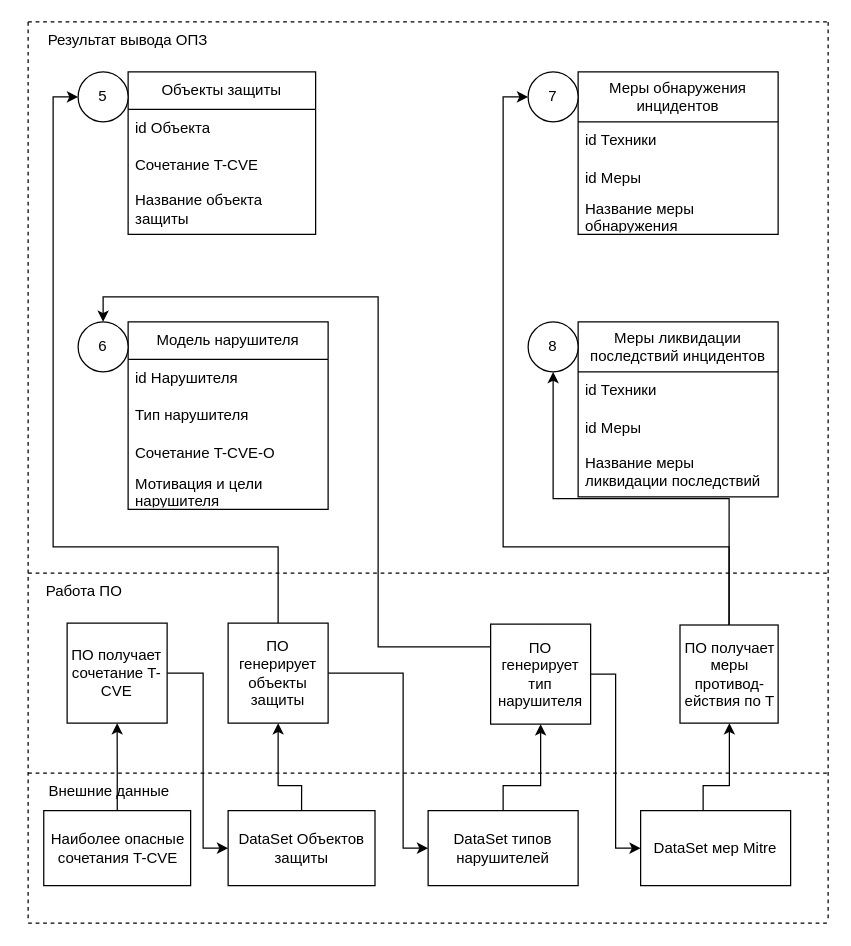
Before: New_Shema_OPZ/(Обновленная схема ОПЗ) Частная политика.drawio in SmirnovBogdan8/Diplom, a draw.io diagram. Source tidied: cells renumbered, new cells numbered last; positions are measured from the earlier drawing's top-left corner, leaving out a move shared by most shapes. Both pictures are drawn from the tidied source at 125%, with x=0, y=0 at pixel (28, 21).
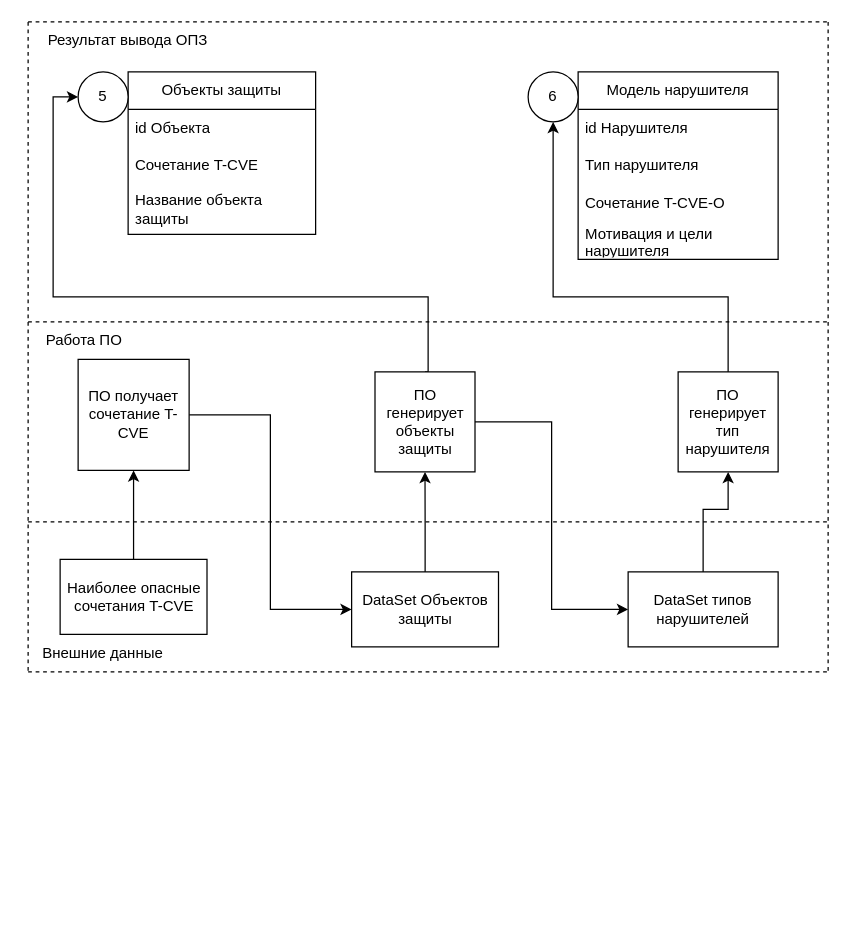
The same diagram, later.

The change refers to these unchanged cells:
```xml
<mxCell id="25" value="5" style="ellipse;whiteSpace=wrap;html=1;" parent="1" vertex="1">
  <mxGeometry x="40" y="40" width="40" height="40" as="geometry" />
</mxCell>
```

What changed in the source:
```diff
@@
     <mxCell id="6" value="Модель нарушителя" style="swimlane;fontStyle=0;horizontal=1;startSize=30;whiteSpace=wrap;html=1;" parent="1" vertex="1">
-      <mxGeometry x="80" y="240" width="160" height="150" as="geometry" />
+      <mxGeometry x="440" y="40" width="160" height="150" as="geometry" />
     </mxCell>
@@
-    <mxCell id="11" value="Меры обнаружения инцидентов" style="swimlane;fontStyle=0;horizontal=1;startSize=40;whiteSpace=wrap;html=1;" parent="1" vertex="1">
-      <mxGeometry x="440" y="40" width="160" height="130" as="geometry" />
-    </mxCell>
-    <mxCell id="12" value="id Техники" style="text;strokeColor=none;fillColor=none;align=left;verticalAlign=middle;spacingLeft=4;spacingRight=4;overflow=hidden;whiteSpace=wrap;html=1;" parent="11" vertex="1">
-      <mxGeometry y="40" width="160" height="30" as="geometry" />
-    </mxCell>
-    <mxCell id="13" value="id Меры" style="text;strokeColor=none;fillColor=none;align=left;verticalAlign=middle;spacingLeft=4;spacingRight=4;overflow=hidden;whiteSpace=wrap;html=1;" parent="11" vertex="1">
-      <mxGeometry y="70" width="160" height="30" as="geometry" />
-    </mxCell>
-    <mxCell id="14" value="Название меры обнаружения" style="text;strokeColor=none;fillColor=none;align=left;verticalAlign=middle;spacingLeft=4;spacingRight=4;overflow=hidden;whiteSpace=wrap;html=1;" parent="11" vertex="1">
-      <mxGeometry y="100" width="160" height="30" as="geometry" />
-    </mxCell>
@@
     <mxCell id="16" style="endArrow=none;dashed=1;html=1;rounded=0;" parent="1" edge="1">
       <mxGeometry relative="1" as="geometry">
         <mxPoint as="sourcePoint" />
-        <mxPoint y="720" as="targetPoint" />
+        <mxPoint y="520" as="targetPoint" />
       </mxGeometry>
     </mxCell>
     <mxCell id="17" style="endArrow=none;dashed=1;html=1;rounded=0;" parent="1" edge="1">
       <mxGeometry relative="1" as="geometry">
-        <mxPoint y="721" as="sourcePoint" />
-        <mxPoint x="640" y="721" as="targetPoint" />
+        <mxPoint y="520" as="sourcePoint" />
+        <mxPoint x="640" y="520" as="targetPoint" />
       </mxGeometry>
     </mxCell>
-    <mxCell id="18" style="edgeStyle=orthogonalEdgeStyle;rounded=0;jettySize=auto;html=1;exitX=0.5;exitY=0;exitDx=0;exitDy=0;entryX=0.5;entryY=1;entryDx=0;entryDy=0;" parent="1" edge="1" source="20" target="50">
-      <mxGeometry relative="1" as="geometry" />
-    </mxCell>
-    <mxCell id="19" style="edgeStyle=orthogonalEdgeStyle;rounded=0;jettySize=auto;html=1;exitX=0.5;exitY=0;exitDx=0;exitDy=0;entryX=0;entryY=0.5;entryDx=0;entryDy=0;" parent="1" edge="1" source="20" target="26">
-      <mxGeometry relative="1" as="geometry">
-        <Array as="points">
-          <mxPoint x="561" y="420" />
-          <mxPoint x="380" y="420" />
-          <mxPoint x="380" y="60" />
-        </Array>
-      </mxGeometry>
-    </mxCell>
-    <mxCell id="20" value="ПО получает меры противод-ействия по T" style="whiteSpace=wrap;html=1;" parent="1" vertex="1">
-      <mxGeometry x="521.5" y="482.5" width="78.5" height="78.5" as="geometry" />
-    </mxCell>
-    <mxCell id="21" style="edgeStyle=orthogonalEdgeStyle;rounded=0;jettySize=auto;html=1;exitX=0.5;exitY=0;exitDx=0;exitDy=0;entryX=0.5;entryY=0;entryDx=0;entryDy=0;" parent="1" edge="1" source="23" target="27">
+    <mxCell id="21" style="edgeStyle=orthogonalEdgeStyle;rounded=0;jettySize=auto;html=1;exitX=0.5;exitY=0;exitDx=0;exitDy=0;" parent="1" edge="1" source="23" target="27">
       <mxGeometry relative="1" as="geometry">
         <Array as="points">
-          <mxPoint x="410" y="500" />
-          <mxPoint x="280" y="500" />
-          <mxPoint x="280" y="220" />
-          <mxPoint x="60" y="220" />
+          <mxPoint x="560" y="220" />
+          <mxPoint x="420" y="220" />
         </Array>
       </mxGeometry>
     </mxCell>
-    <mxCell id="22" style="edgeStyle=orthogonalEdgeStyle;rounded=0;jettySize=auto;html=1;exitX=1;exitY=0.5;exitDx=0;exitDy=0;entryX=0;entryY=0.5;entryDx=0;entryDy=0;" parent="1" edge="1" source="23" target="35">
-      <mxGeometry relative="1" as="geometry">
-        <Array as="points">
-          <mxPoint x="470" y="522" />
-          <mxPoint x="470" y="661" />
-        </Array>
-      </mxGeometry>
-    </mxCell>
     <mxCell id="23" value="ПО генерирует тип нарушителя" style="whiteSpace=wrap;html=1;" parent="1" vertex="1">
-      <mxGeometry x="370" y="481.8" width="80" height="80" as="geometry" />
+      <mxGeometry x="520" y="280" width="80" height="80" as="geometry" />
     </mxCell>
     <mxCell id="24" style="endArrow=none;dashed=1;html=1;rounded=0;" parent="1" edge="1">
       <mxGeometry relative="1" as="geometry">
         <mxPoint x="640" as="sourcePoint" />
-        <mxPoint x="640" y="720" as="targetPoint" />
+        <mxPoint x="640" y="520" as="targetPoint" />
       </mxGeometry>
     </mxCell>
@@
-    <mxCell id="26" value="7" style="ellipse;whiteSpace=wrap;html=1;" parent="1" vertex="1">
-      <mxGeometry x="400" y="40" width="40" height="40" as="geometry" />
-    </mxCell>
     <mxCell id="27" value="6" style="ellipse;whiteSpace=wrap;html=1;" parent="1" vertex="1">
-      <mxGeometry x="40" y="240" width="40" height="40" as="geometry" />
+      <mxGeometry x="400" y="40" width="40" height="40" as="geometry" />
     </mxCell>
     <mxCell id="28" style="endArrow=none;dashed=1;html=1;rounded=0;" parent="1" edge="1">
       <mxGeometry relative="1" as="geometry">
-        <mxPoint y="441" as="sourcePoint" />
-        <mxPoint x="640" y="441" as="targetPoint" />
+        <mxPoint y="240" as="sourcePoint" />
+        <mxPoint x="640" y="240" as="targetPoint" />
       </mxGeometry>
     </mxCell>
     <mxCell id="29" style="endArrow=none;dashed=1;html=1;rounded=0;" parent="1" edge="1">
       <mxGeometry relative="1" as="geometry">
-        <mxPoint y="601" as="sourcePoint" />
-        <mxPoint x="640" y="601" as="targetPoint" />
+        <mxPoint y="400" as="sourcePoint" />
+        <mxPoint x="640" y="400" as="targetPoint" />
       </mxGeometry>
     </mxCell>
-    <mxCell id="30" style="edgeStyle=orthogonalEdgeStyle;rounded=0;jettySize=auto;html=1;exitX=0.5;exitY=0;exitDx=0;exitDy=0;entryX=0.5;entryY=1;entryDx=0;entryDy=0;" parent="1" edge="1" source="31" target="45">
-      <mxGeometry relative="1" as="geometry">
-        <Array as="points">
-          <mxPoint x="219" y="611" />
-          <mxPoint x="200" y="611" />
-        </Array>
-      </mxGeometry>
+    <mxCell id="30" style="edgeStyle=orthogonalEdgeStyle;rounded=0;jettySize=auto;html=1;" parent="1" edge="1" source="31" target="45">
+      <mxGeometry relative="1" as="geometry" />
     </mxCell>
     <mxCell id="31" value="DataSet Объектов защиты" style="rounded=0;whiteSpace=wrap;html=1;" parent="1" vertex="1">
-      <mxGeometry x="160" y="631" width="117.5" height="60" as="geometry" />
+      <mxGeometry x="258.8" y="440" width="117.5" height="60" as="geometry" />
     </mxCell>
-    <mxCell id="32" style="edgeStyle=orthogonalEdgeStyle;rounded=0;jettySize=auto;html=1;exitX=0.5;exitY=0;exitDx=0;exitDy=0;entryX=0.5;entryY=1;entryDx=0;entryDy=0;" parent="1" edge="1" source="33" target="23">
+    <mxCell id="32" style="edgeStyle=orthogonalEdgeStyle;rounded=0;jettySize=auto;html=1;entryX=0.5;entryY=1;entryDx=0;entryDy=0;" parent="1" edge="1" source="33" target="23">
       <mxGeometry relative="1" as="geometry">
         <Array as="points">
-          <mxPoint x="380" y="611" />
-          <mxPoint x="410" y="611" />
+          <mxPoint x="540" y="390" />
+          <mxPoint x="560" y="390" />
         </Array>
       </mxGeometry>
     </mxCell>
     <mxCell id="33" value="DataSet типов нарушителей" style="rounded=0;whiteSpace=wrap;html=1;" parent="1" vertex="1">
-      <mxGeometry x="320" y="631" width="120" height="60" as="geometry" />
+      <mxGeometry x="480" y="440" width="120" height="60" as="geometry" />
     </mxCell>
-    <mxCell id="34" style="edgeStyle=orthogonalEdgeStyle;rounded=0;jettySize=auto;html=1;exitX=0.5;exitY=0;exitDx=0;exitDy=0;" parent="1" edge="1" source="35" target="20">
-      <mxGeometry relative="1" as="geometry">
-        <Array as="points">
-          <mxPoint x="540" y="611" />
-          <mxPoint x="561" y="611" />
-        </Array>
-      </mxGeometry>
-    </mxCell>
-    <mxCell id="35" value="DataSet мер Mitre" style="rounded=0;whiteSpace=wrap;html=1;" parent="1" vertex="1">
-      <mxGeometry x="490" y="631" width="120" height="60" as="geometry" />
-    </mxCell>
@@
     <mxCell id="37" value="Работа ПО" style="text;html=1;align=center;verticalAlign=middle;whiteSpace=wrap;rounded=0;" parent="1" vertex="1">
-      <mxGeometry y="441" width="90" height="30" as="geometry" />
+      <mxGeometry y="240" width="90" height="30" as="geometry" />
     </mxCell>
     <mxCell id="38" value="Внешние данные" style="text;html=1;align=center;verticalAlign=middle;whiteSpace=wrap;rounded=0;" parent="1" vertex="1">
-      <mxGeometry y="601" width="130" height="30" as="geometry" />
+      <mxGeometry x="-5" y="490" width="130" height="30" as="geometry" />
     </mxCell>
     <mxCell id="39" style="edgeStyle=orthogonalEdgeStyle;rounded=0;jettySize=auto;html=1;exitX=1;exitY=0.5;exitDx=0;exitDy=0;entryX=0;entryY=0.5;entryDx=0;entryDy=0;" parent="1" edge="1" source="40" target="31">
-      <mxGeometry relative="1" as="geometry">
-        <Array as="points">
-          <mxPoint x="140" y="521" />
-          <mxPoint x="140" y="661" />
-        </Array>
-      </mxGeometry>
+      <mxGeometry relative="1" as="geometry" />
     </mxCell>
     <mxCell id="40" value="ПО получает сочетание T-CVE" style="whiteSpace=wrap;html=1;" parent="1" vertex="1">
-      <mxGeometry x="31.2" y="481" width="80" height="80" as="geometry" />
+      <mxGeometry x="40" y="270" width="88.8" height="88.8" as="geometry" />
     </mxCell>
-    <mxCell id="41" style="edgeStyle=orthogonalEdgeStyle;rounded=0;jettySize=auto;html=1;" parent="1" edge="1" source="42" target="40">
+    <mxCell id="41" style="edgeStyle=orthogonalEdgeStyle;rounded=0;jettySize=auto;html=1;exitX=0.5;exitY=0;exitDx=0;exitDy=0;" parent="1" edge="1" source="42" target="40">
       <mxGeometry relative="1" as="geometry" />
     </mxCell>
     <mxCell id="42" value="Наиболее опасные сочетания T-CVE" style="rounded=0;whiteSpace=wrap;html=1;" parent="1" vertex="1">
-      <mxGeometry x="12.5" y="631" width="117.5" height="60" as="geometry" />
+      <mxGeometry x="25.6" y="430" width="117.5" height="60" as="geometry" />
     </mxCell>
     <mxCell id="43" style="edgeStyle=orthogonalEdgeStyle;rounded=0;jettySize=auto;html=1;exitX=0.5;exitY=0;exitDx=0;exitDy=0;entryX=0;entryY=0.5;entryDx=0;entryDy=0;" parent="1" edge="1" source="45" target="25">
       <mxGeometry relative="1" as="geometry">
         <Array as="points">
-          <mxPoint x="200" y="420" />
-          <mxPoint x="20" y="420" />
+          <mxPoint x="320" y="220" />
+          <mxPoint x="20" y="220" />
           <mxPoint x="20" y="60" />
         </Array>
       </mxGeometry>
     </mxCell>
-    <mxCell id="44" style="edgeStyle=orthogonalEdgeStyle;rounded=0;jettySize=auto;html=1;entryX=0;entryY=0.5;entryDx=0;entryDy=0;" parent="1" edge="1" source="45" target="33">
-      <mxGeometry relative="1" as="geometry">
-        <Array as="points">
-          <mxPoint x="300" y="521" />
-          <mxPoint x="300" y="661" />
-        </Array>
-      </mxGeometry>
+    <mxCell id="44" style="edgeStyle=orthogonalEdgeStyle;rounded=0;jettySize=auto;html=1;exitX=1;exitY=0.5;exitDx=0;exitDy=0;entryX=0;entryY=0.5;entryDx=0;entryDy=0;" parent="1" edge="1" source="45" target="33">
+      <mxGeometry relative="1" as="geometry" />
     </mxCell>
     <mxCell id="45" value="ПО генерирует объекты защиты" style="whiteSpace=wrap;html=1;" parent="1" vertex="1">
-      <mxGeometry x="160" y="481" width="80" height="80" as="geometry" />
+      <mxGeometry x="277.5" y="280" width="80" height="80" as="geometry" />
     </mxCell>
-    <mxCell id="46" value="Меры ликвидации последствий инцидентов" style="swimlane;fontStyle=0;horizontal=1;startSize=40;whiteSpace=wrap;html=1;" parent="1" vertex="1">
-      <mxGeometry x="440" y="240" width="160" height="140" as="geometry" />
-    </mxCell>
-    <mxCell id="47" value="id Техники" style="text;strokeColor=none;fillColor=none;align=left;verticalAlign=middle;spacingLeft=4;spacingRight=4;overflow=hidden;whiteSpace=wrap;html=1;" parent="46" vertex="1">
-      <mxGeometry y="40" width="160" height="30" as="geometry" />
-    </mxCell>
-    <mxCell id="48" value="id Меры" style="text;strokeColor=none;fillColor=none;align=left;verticalAlign=middle;spacingLeft=4;spacingRight=4;overflow=hidden;whiteSpace=wrap;html=1;" parent="46" vertex="1">
-      <mxGeometry y="70" width="160" height="30" as="geometry" />
-    </mxCell>
-    <mxCell id="49" value="Название меры ликвидации последствий" style="text;strokeColor=none;fillColor=none;align=left;verticalAlign=middle;spacingLeft=4;spacingRight=4;overflow=hidden;whiteSpace=wrap;html=1;" parent="46" vertex="1">
-      <mxGeometry y="100" width="160" height="40" as="geometry" />
-    </mxCell>
-    <mxCell id="50" value="8" style="ellipse;whiteSpace=wrap;html=1;" parent="1" vertex="1">
-      <mxGeometry x="400" y="240" width="40" height="40" as="geometry" />
-    </mxCell>
```
